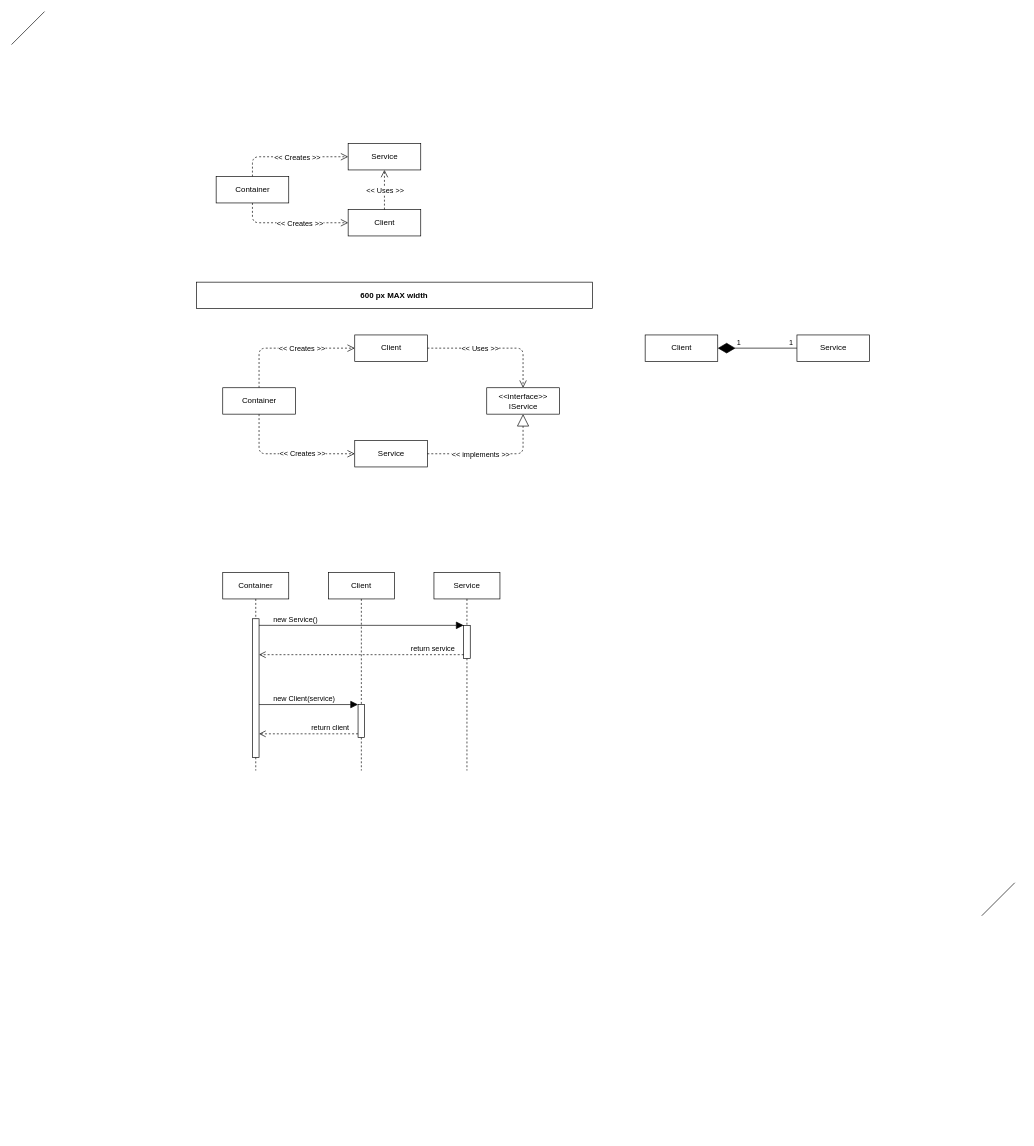
PacktPublishing/Architecting-ASP.NET-Core-Applications-3E keeps this draw.io diagram as page "Concepts" (2 of 3) of Diagrams/Dependency Injection.drawio. Above is the earlier version. Source tidied: cells renumbered, new cells numbered last; positions are measured from the earlier drawing's top-left corner, leaving out a move shared by most shapes. Both pictures are drawn from the tidied source at 66%, with x=0, y=0 at pixel (11, 11).
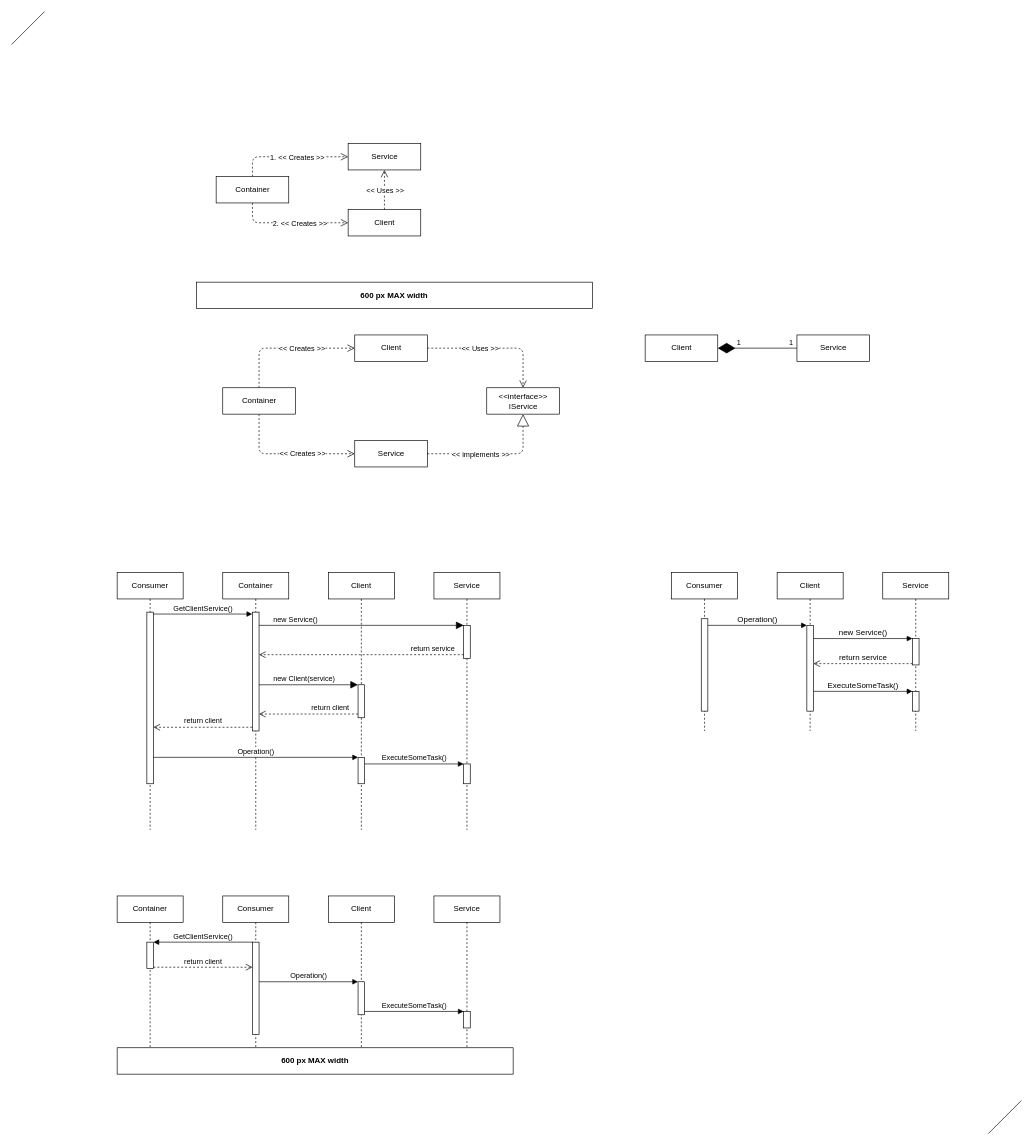
Above is the later version.

The change refers to these unchanged cells:
```xml
<mxCell id="31" style="edgeStyle=orthogonalEdgeStyle;html=1;endArrow=open;endFill=0;endSize=9;entryX=0;entryY=0.5;entryDx=0;entryDy=0;exitX=0.5;exitY=1;exitDx=0;exitDy=0;dashed=1;" parent="1" edge="1" source="35" target="30">
  <mxGeometry relative="1" as="geometry" />
</mxCell>
<mxCell id="33" style="edgeStyle=orthogonalEdgeStyle;html=1;endArrow=open;endFill=0;endSize=9;entryX=0;entryY=0.5;entryDx=0;entryDy=0;exitX=0.5;exitY=0;exitDx=0;exitDy=0;dashed=1;" parent="1" edge="1" source="35" target="36">
  <mxGeometry relative="1" as="geometry" />
</mxCell>
```

What changed in the source:
```diff
@@
     <mxCell id="2" value="Container" style="shape=umlLifeline;perimeter=lifelinePerimeter;whiteSpace=wrap;html=1;" parent="1" vertex="1">
-      <mxGeometry x="320" y="850" width="100" height="300" as="geometry" />
+      <mxGeometry x="320" y="850" width="100" height="390" as="geometry" />
     </mxCell>
     <mxCell id="3" style="html=1;points=[];perimeter=orthogonalPerimeter;" parent="2" vertex="1">
-      <mxGeometry x="45" y="70" width="10" height="210" as="geometry" />
+      <mxGeometry x="45" y="60" width="10" height="180" as="geometry" />
     </mxCell>
@@
     <mxCell id="17" value="Client" style="shape=umlLifeline;perimeter=lifelinePerimeter;whiteSpace=wrap;html=1;" parent="1" vertex="1">
-      <mxGeometry x="480" y="850" width="100" height="300" as="geometry" />
+      <mxGeometry x="480" y="850" width="100" height="390" as="geometry" />
     </mxCell>
     <mxCell id="18" style="html=1;points=[];perimeter=orthogonalPerimeter;" parent="17" vertex="1">
-      <mxGeometry x="45" y="200" width="10" height="50" as="geometry" />
+      <mxGeometry x="45" y="170" width="10" height="50" as="geometry" />
     </mxCell>
+    <mxCell id="41" style="html=1;points=[];perimeter=orthogonalPerimeter;" parent="17" vertex="1">
+      <mxGeometry x="45" y="280" width="10" height="40" as="geometry" />
+    </mxCell>
     <mxCell id="19" value="Service" style="shape=umlLifeline;perimeter=lifelinePerimeter;whiteSpace=wrap;html=1;" parent="1" vertex="1">
-      <mxGeometry x="640" y="850" width="100" height="300" as="geometry" />
+      <mxGeometry x="640" y="850" width="100" height="390" as="geometry" />
     </mxCell>
@@
+    <mxCell id="42" style="html=1;points=[];perimeter=orthogonalPerimeter;" parent="19" vertex="1">
+      <mxGeometry x="45" y="290" width="10" height="30" as="geometry" />
+    </mxCell>
@@
-    <mxCell id="32" value="&amp;lt;&amp;lt; Creates &amp;gt;&amp;gt;" style="edgeLabel;html=1;align=center;verticalAlign=middle;" parent="31" vertex="1">
+    <mxCell id="32" value="2. &amp;lt;&amp;lt; Creates &amp;gt;&amp;gt;" style="edgeLabel;html=1;align=center;verticalAlign=middle;" parent="31" vertex="1">
       <mxGeometry x="0.25" y="1" relative="1" as="geometry">
         <mxPoint x="-8" y="1" as="offset" />
       </mxGeometry>
     </mxCell>
@@
-    <mxCell id="34" value="&amp;lt;&amp;lt; Creates &amp;gt;&amp;gt;" style="edgeLabel;html=1;align=center;verticalAlign=middle;" parent="33" vertex="1">
+    <mxCell id="34" value="1. &amp;lt;&amp;lt; Creates &amp;gt;&amp;gt;" style="edgeLabel;html=1;align=center;verticalAlign=middle;" parent="33" vertex="1">
       <mxGeometry x="-0.47" y="2" relative="1" as="geometry">
         <mxPoint x="51" y="2" as="offset" />
       </mxGeometry>
     </mxCell>
@@
     <mxCell id="38" style="endArrow=none;html=1;rounded=1;endSize=9;" parent="1" edge="1">
       <mxGeometry relative="1" as="geometry">
-        <mxPoint x="1470" y="1370" as="sourcePoint" />
-        <mxPoint x="1520" y="1320" as="targetPoint" />
+        <mxPoint x="1480" y="1700" as="sourcePoint" />
+        <mxPoint x="1530" y="1650" as="targetPoint" />
       </mxGeometry>
     </mxCell>
@@
+    <mxCell id="43" value="Container" style="shape=umlLifeline;perimeter=lifelinePerimeter;whiteSpace=wrap;html=1;" parent="1" vertex="1">
+      <mxGeometry x="160" y="1340" width="100" height="230" as="geometry" />
+    </mxCell>
+    <mxCell id="44" style="html=1;points=[];perimeter=orthogonalPerimeter;" parent="43" vertex="1">
+      <mxGeometry x="45" y="70" width="10" height="40" as="geometry" />
+    </mxCell>
+    <mxCell id="45" value="Client" style="shape=umlLifeline;perimeter=lifelinePerimeter;whiteSpace=wrap;html=1;" parent="1" vertex="1">
+      <mxGeometry x="480" y="1340" width="100" height="230" as="geometry" />
+    </mxCell>
+    <mxCell id="46" style="html=1;points=[];perimeter=orthogonalPerimeter;" parent="45" vertex="1">
+      <mxGeometry x="45" y="130" width="10" height="50" as="geometry" />
+    </mxCell>
+    <mxCell id="47" value="Service" style="shape=umlLifeline;perimeter=lifelinePerimeter;whiteSpace=wrap;html=1;" parent="1" vertex="1">
+      <mxGeometry x="640" y="1340" width="100" height="230" as="geometry" />
+    </mxCell>
+    <mxCell id="48" style="html=1;points=[];perimeter=orthogonalPerimeter;" parent="47" vertex="1">
+      <mxGeometry x="45" y="175" width="10" height="25" as="geometry" />
+    </mxCell>
+    <mxCell id="49" value="Operation()" style="html=1;verticalAlign=bottom;endArrow=block;entryX=0;entryY=0;" parent="1" edge="1" source="52" target="46">
+      <mxGeometry relative="1" as="geometry" />
+    </mxCell>
+    <mxCell id="50" value="ExecuteSomeTask()" style="html=1;verticalAlign=bottom;endArrow=block;entryX=0;entryY=0;" parent="1" edge="1" source="46" target="48">
+      <mxGeometry relative="1" as="geometry" />
+    </mxCell>
+    <mxCell id="51" value="Consumer" style="shape=umlLifeline;perimeter=lifelinePerimeter;whiteSpace=wrap;html=1;" parent="1" vertex="1">
+      <mxGeometry x="320" y="1340" width="100" height="230" as="geometry" />
+    </mxCell>
+    <mxCell id="52" style="html=1;points=[];perimeter=orthogonalPerimeter;" parent="51" vertex="1">
+      <mxGeometry x="45" y="70" width="10" height="140" as="geometry" />
+    </mxCell>
+    <mxCell id="53" value="600 px MAX width" style="rounded=0;whiteSpace=wrap;html=1;sketch=0;fontSize=12;align=center;fontStyle=1;" parent="1" vertex="1">
+      <mxGeometry x="160" y="1570" width="600" height="40" as="geometry" />
+    </mxCell>
+    <mxCell id="54" value="GetClientService()" style="html=1;verticalAlign=bottom;endArrow=block;entryX=1;entryY=0;" parent="1" edge="1" source="52" target="44">
+      <mxGeometry relative="1" as="geometry" />
+    </mxCell>
+    <mxCell id="55" value="return client" style="html=1;verticalAlign=bottom;endArrow=open;dashed=1;endSize=8;exitX=1;exitY=0.95;" parent="1" edge="1" source="44" target="52">
+      <mxGeometry relative="1" as="geometry" />
+    </mxCell>
+    <mxCell id="56" value="Consumer" style="shape=umlLifeline;perimeter=lifelinePerimeter;whiteSpace=wrap;html=1;" parent="1" vertex="1">
+      <mxGeometry x="160" y="850" width="100" height="390" as="geometry" />
+    </mxCell>
+    <mxCell id="57" style="html=1;points=[];perimeter=orthogonalPerimeter;" parent="56" vertex="1">
+      <mxGeometry x="45" y="60" width="10" height="260" as="geometry" />
+    </mxCell>
+    <mxCell id="58" value="GetClientService()" style="html=1;verticalAlign=bottom;endArrow=block;entryX=-0.033;entryY=0.016;entryDx=0;entryDy=0;entryPerimeter=0;" parent="1" edge="1" source="57" target="3">
+      <mxGeometry relative="1" as="geometry" />
+    </mxCell>
+    <mxCell id="59" value="return client" style="html=1;verticalAlign=bottom;endArrow=open;dashed=1;endSize=8;exitX=-0.033;exitY=0.969;rounded=1;align=center;exitDx=0;exitDy=0;exitPerimeter=0;" parent="1" edge="1" source="3" target="57">
+      <mxGeometry relative="1" as="geometry" />
+    </mxCell>
+    <mxCell id="60" value="Operation()" style="html=1;verticalAlign=bottom;endArrow=block;entryX=0;entryY=0;" parent="1" edge="1" source="57" target="41">
+      <mxGeometry relative="1" as="geometry" />
+    </mxCell>
+    <mxCell id="61" value="ExecuteSomeTask()" style="html=1;verticalAlign=bottom;endArrow=block;entryX=0;entryY=0;" parent="1" edge="1" source="41" target="42">
+      <mxGeometry relative="1" as="geometry" />
+    </mxCell>
+    <mxCell id="62" value="Client" style="shape=umlLifeline;perimeter=lifelinePerimeter;whiteSpace=wrap;html=1;" parent="1" vertex="1">
+      <mxGeometry x="1160" y="850" width="100" height="240" as="geometry" />
+    </mxCell>
+    <mxCell id="63" style="html=1;points=[];perimeter=orthogonalPerimeter;fontSize=12;" parent="62" vertex="1">
+      <mxGeometry x="45" y="80" width="10" height="130" as="geometry" />
+    </mxCell>
+    <mxCell id="64" value="Service" style="shape=umlLifeline;perimeter=lifelinePerimeter;whiteSpace=wrap;html=1;" parent="1" vertex="1">
+      <mxGeometry x="1320" y="850" width="100" height="240" as="geometry" />
+    </mxCell>
+    <mxCell id="65" style="html=1;points=[];perimeter=orthogonalPerimeter;fontSize=12;" parent="64" vertex="1">
+      <mxGeometry x="45" y="100" width="10" height="40" as="geometry" />
+    </mxCell>
+    <mxCell id="66" style="html=1;points=[];perimeter=orthogonalPerimeter;fontSize=12;" parent="64" vertex="1">
+      <mxGeometry x="45" y="180" width="10" height="30" as="geometry" />
+    </mxCell>
+    <mxCell id="67" value="Consumer" style="shape=umlLifeline;perimeter=lifelinePerimeter;whiteSpace=wrap;html=1;" parent="1" vertex="1">
+      <mxGeometry x="1000" y="850" width="100" height="240" as="geometry" />
+    </mxCell>
+    <mxCell id="68" style="html=1;points=[];perimeter=orthogonalPerimeter;" parent="67" vertex="1">
+      <mxGeometry x="45" y="70" width="10" height="140" as="geometry" />
+    </mxCell>
+    <mxCell id="69" value="Operation()" style="html=1;verticalAlign=bottom;endArrow=block;entryX=0;entryY=0;fontSize=12;endSize=6;" parent="1" edge="1" source="68" target="63">
+      <mxGeometry relative="1" as="geometry" />
+    </mxCell>
+    <mxCell id="70" value="new Service()" style="html=1;verticalAlign=bottom;endArrow=block;entryX=0;entryY=0;fontSize=12;endSize=6;" parent="1" edge="1" source="63" target="65">
+      <mxGeometry relative="1" as="geometry" />
+    </mxCell>
+    <mxCell id="71" value="return service" style="html=1;verticalAlign=bottom;endArrow=open;dashed=1;endSize=8;exitX=0;exitY=0.95;fontSize=12;" parent="1" edge="1" source="65" target="63">
+      <mxGeometry relative="1" as="geometry" />
+    </mxCell>
+    <mxCell id="72" value="ExecuteSomeTask()" style="html=1;verticalAlign=bottom;endArrow=block;entryX=0;entryY=0;fontSize=12;endSize=6;" parent="1" edge="1" source="63" target="66">
+      <mxGeometry relative="1" as="geometry" />
+    </mxCell>
```
